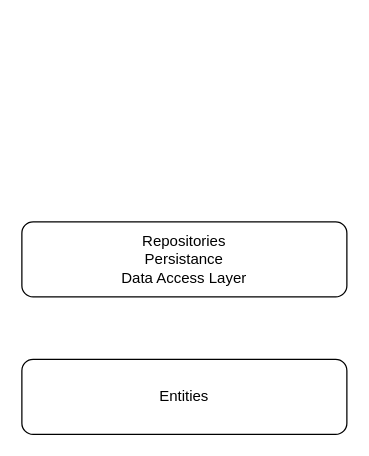
zcomert/BtkAkademiDotNetBootCamp keeps this draw.io diagram as page "day-07" (8 of 8) of day-08/draw.drawio. Above is the earlier version. Source tidied: cells renumbered, new cells numbered last; positions are measured from the earlier drawing's top-left corner, leaving out a move shared by most shapes. Both pictures are drawn from the tidied source at 125%, with x=0, y=0 at pixel (21, 221).
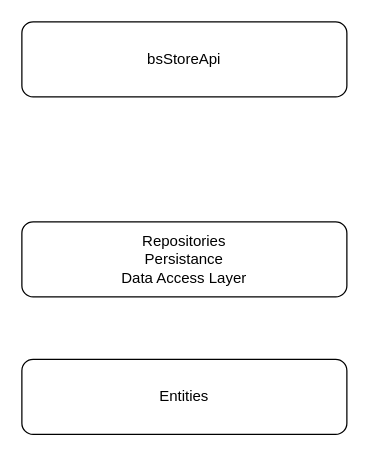
The same diagram, later.

Diff of the diagram source:
```diff
@@
 <mxGraphModel>
   <root>
     <mxCell id="0" />
     <mxCell id="1" parent="0" />
     <mxCell id="2" value="Entities" style="rounded=1;whiteSpace=wrap;html=1;" parent="1" vertex="1">
       <mxGeometry y="110" width="260" height="60" as="geometry" />
     </mxCell>
     <mxCell id="3" value="Repositories&lt;br&gt;Persistance&lt;br&gt;Data Access Layer" style="rounded=1;whiteSpace=wrap;html=1;" parent="1" vertex="1">
       <mxGeometry width="260" height="60" as="geometry" />
     </mxCell>
+    <mxCell id="4" value="bsStoreApi" style="rounded=1;whiteSpace=wrap;html=1;" parent="1" vertex="1">
+      <mxGeometry y="-160" width="260" height="60" as="geometry" />
+    </mxCell>
   </root>
 </mxGraphModel>
```
